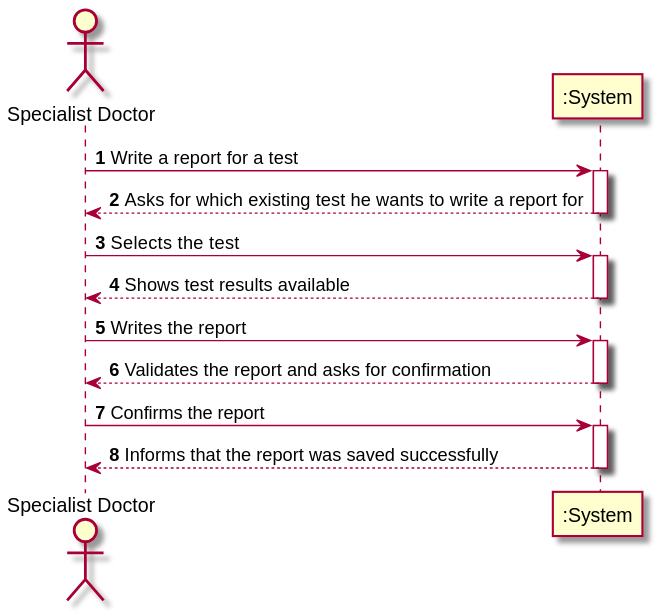
The PlantUML diagram docs/SprintC/US14/US14_SSD.svg in GuilhermeCunha79/lapr2, before a commit.
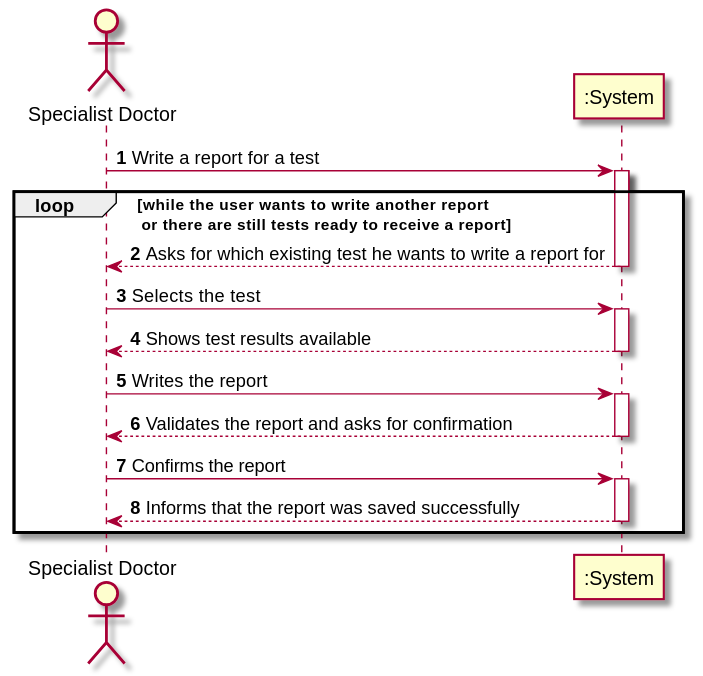
Later version of the same file.

Commit message:
[US14] Small update to the SD and SSD diagrams

The edit, as a diff of the source:
```diff
@@ -7,6 +7,7 @@
 
 SD -> SYSTEM : Write a report for a test
 activate SYSTEM
+loop while the user wants to write another report\n or there are still tests ready to receive a report
 SYSTEM --> SD : Asks for which existing test he wants to write a report for
 deactivate SYSTEM
 
@@ -24,4 +25,5 @@
 activate SYSTEM
 SYSTEM --> SD : Informs that the report was saved successfully
 deactivate SYSTEM
+end loop
 @enduml
```
